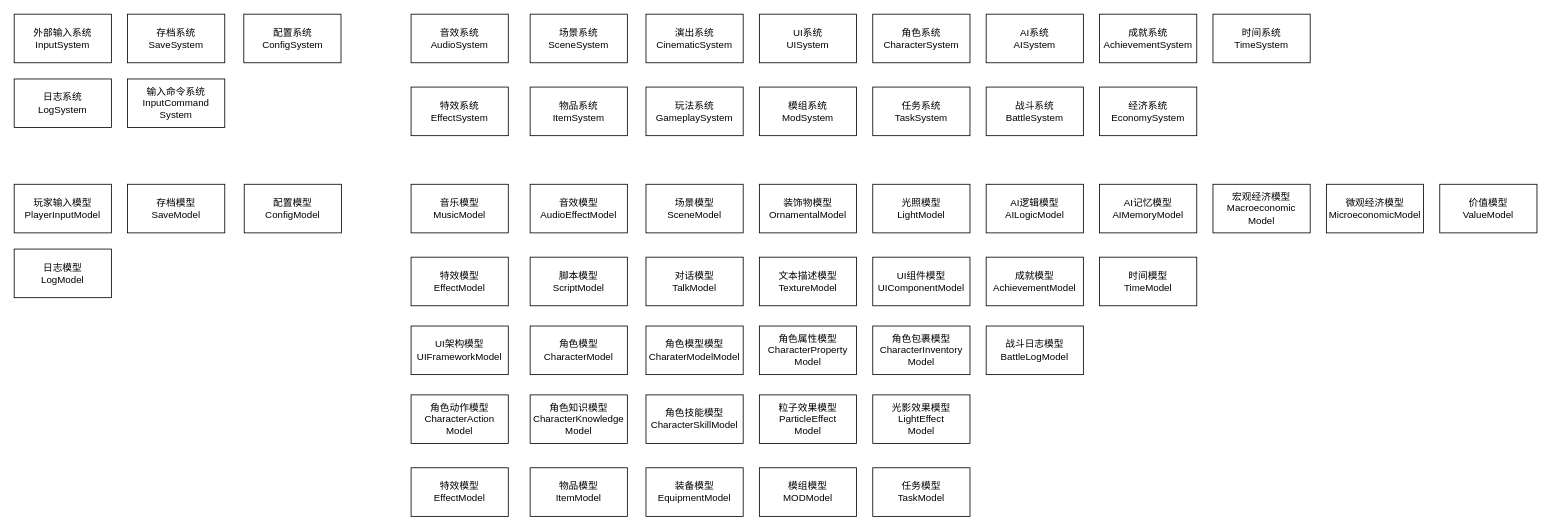
This is 流程图/系统框架.drawio from Karmel5950/NoteBook, a draw.io file, before an edit. Source tidied: cells renumbered, new cells numbered last; positions are measured from the earlier drawing's top-left corner, leaving out a move shared by most shapes. Both pictures are drawn from the tidied source at 81%, with x=0, y=0 at pixel (14, 14).
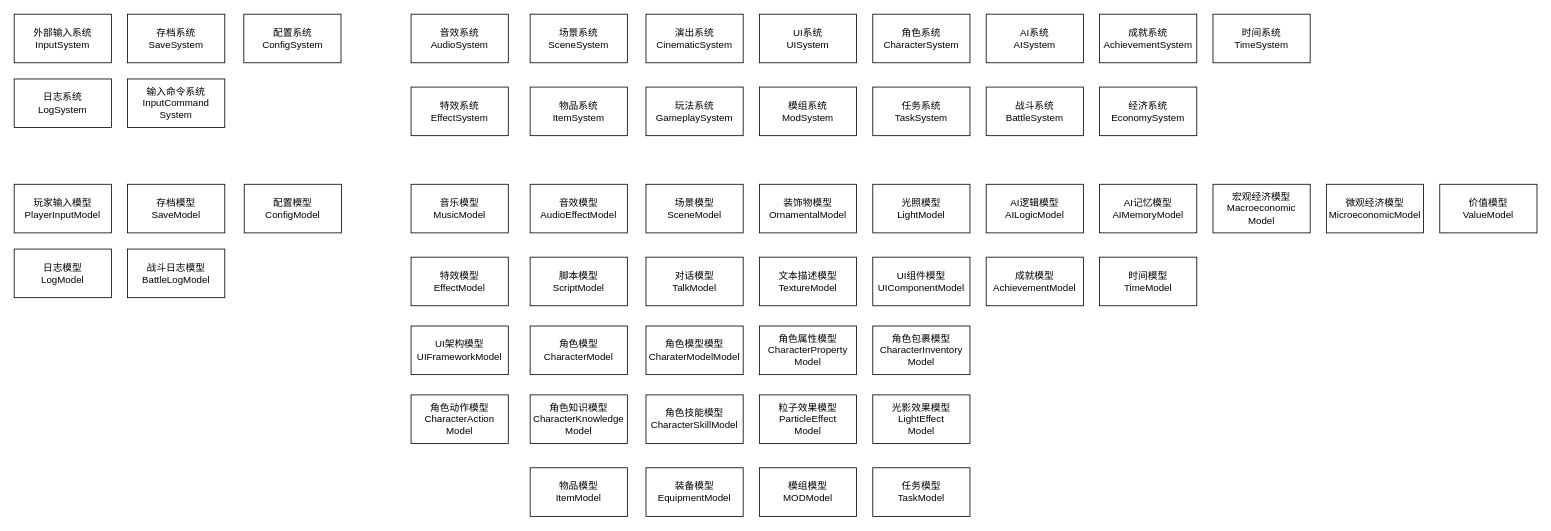
The same page after the edit.

What changed in the source:
```diff
@@
-    <mxCell id="40" value="特效模型&lt;br&gt;EffectModel" style="rounded=0;whiteSpace=wrap;html=1;" parent="1" vertex="1">
-      <mxGeometry x="490" y="560" width="120" height="60" as="geometry" />
-    </mxCell>
@@
     <mxCell id="58" value="战斗日志模型&lt;br&gt;BattleLogModel" style="rounded=0;whiteSpace=wrap;html=1;" parent="1" vertex="1">
-      <mxGeometry x="1200" y="385" width="120" height="60" as="geometry" />
+      <mxGeometry x="140" y="290" width="120" height="60" as="geometry" />
     </mxCell>
```
